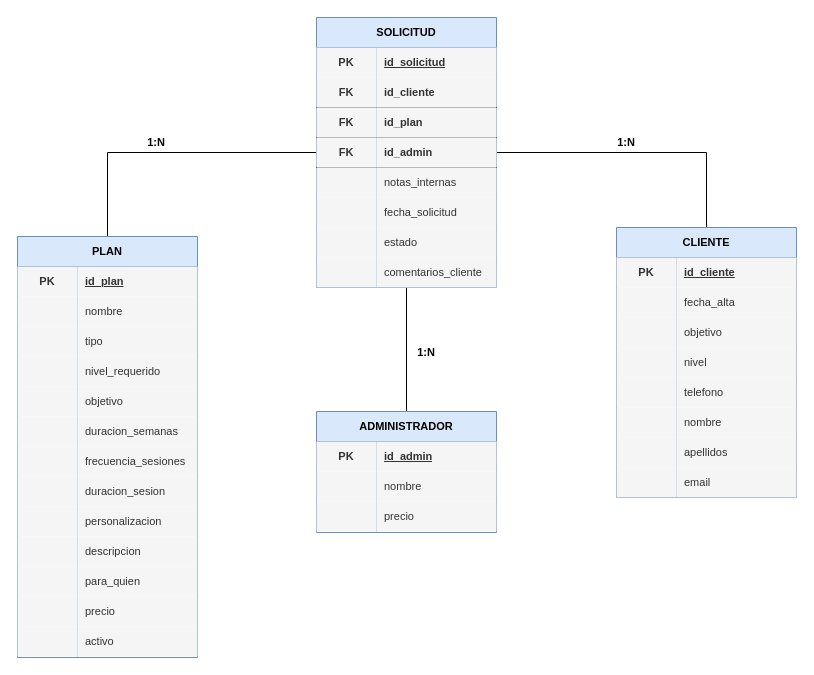
This is page "Modelo Relacional" (2 of 2) of diagrams/modelos.drawio from Jbergo/nextrep-training, a draw.io file, before an edit. Source tidied: cells renumbered, new cells numbered last; positions are measured from the earlier drawing's top-left corner, leaving out a move shared by most shapes. Both pictures are drawn from the tidied source at 100%, with x=0, y=0 at pixel (17, 17).
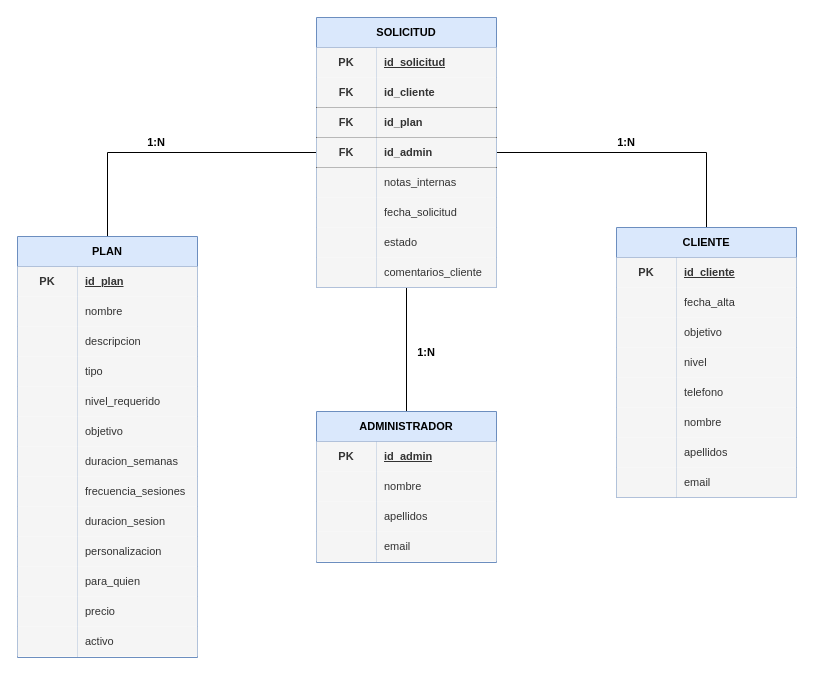
Above is the later version.

The change refers to these unchanged cells:
```xml
<mxCell id="56" value="PLAN" style="shape=table;startSize=30;childLayout=tableLayout;rowLines=0;fontStyle=1;align=center;html=1;whiteSpace=wrap;fontFamily=Helvetica;fontSize=11;labelBackgroundColor=none;fillColor=#dae8fc;strokeColor=#6c8ebf;" parent="1" vertex="1">
  <mxGeometry y="219" width="180" height="421" as="geometry" />
</mxCell>
<mxCell id="104" style="shape=tableRow;horizontal=0;startSize=0;swimlaneHead=0;swimlaneBody=0;fillColor=none;top=0;left=0;right=0;bottom=0;html=1;fontFamily=Helvetica;fontSize=11;fontColor=default;labelBackgroundColor=default;" parent="97" vertex="1">
  <mxGeometry y="90" width="180" height="30" as="geometry" />
</mxCell>
```

The edit, as a diff of the source:
```diff
@@
+    <mxCell id="84" style="shape=tableRow;horizontal=0;startSize=0;swimlaneHead=0;swimlaneBody=0;fillColor=none;top=0;left=0;right=0;bottom=0;html=1;fontFamily=Helvetica;fontSize=11;fontColor=default;labelBackgroundColor=default;" parent="56" vertex="1">
+      <mxGeometry y="90" width="180" height="30" as="geometry" />
+    </mxCell>
+    <mxCell id="85" style="shape=partialRectangle;fillColor=#f5f5f5;top=0;left=0;bottom=0;right=0;overflow=hidden;html=1;whiteSpace=wrap;fontFamily=Helvetica;fontSize=11;fontColor=#333333;labelBackgroundColor=none;strokeColor=#666666;labelBorderColor=none;" parent="84" vertex="1">
+      <mxGeometry width="60" height="30" as="geometry" />
+    </mxCell>
+    <mxCell id="86" value="descripcion" style="shape=partialRectangle;fillColor=#f5f5f5;top=0;left=0;bottom=0;right=0;align=left;spacingLeft=6;overflow=hidden;html=1;whiteSpace=wrap;fontFamily=Helvetica;fontSize=11;fontColor=#333333;labelBackgroundColor=none;strokeColor=#666666;labelBorderColor=none;" parent="84" vertex="1">
+      <mxGeometry x="60" width="120" height="30" as="geometry" />
+    </mxCell>
     <mxCell id="63" style="shape=tableRow;horizontal=0;startSize=0;swimlaneHead=0;swimlaneBody=0;fillColor=none;top=0;left=0;right=0;bottom=0;html=1;fontFamily=Helvetica;fontSize=11;fontColor=default;labelBackgroundColor=default;" parent="56" vertex="1">
-      <mxGeometry y="90" width="180" height="30" as="geometry" />
+      <mxGeometry y="120" width="180" height="30" as="geometry" />
     </mxCell>
@@
     <mxCell id="66" style="shape=tableRow;horizontal=0;startSize=0;swimlaneHead=0;swimlaneBody=0;fillColor=none;top=0;left=0;right=0;bottom=0;html=1;fontFamily=Helvetica;fontSize=11;fontColor=default;labelBackgroundColor=default;" parent="56" vertex="1">
-      <mxGeometry y="120" width="180" height="30" as="geometry" />
+      <mxGeometry y="150" width="180" height="30" as="geometry" />
     </mxCell>
@@
     <mxCell id="69" style="shape=tableRow;horizontal=0;startSize=0;swimlaneHead=0;swimlaneBody=0;fillColor=none;top=0;left=0;right=0;bottom=0;html=1;fontFamily=Helvetica;fontSize=11;fontColor=default;labelBackgroundColor=default;" parent="56" vertex="1">
-      <mxGeometry y="150" width="180" height="30" as="geometry" />
+      <mxGeometry y="180" width="180" height="30" as="geometry" />
     </mxCell>
@@
     <mxCell id="72" style="shape=tableRow;horizontal=0;startSize=0;swimlaneHead=0;swimlaneBody=0;fillColor=none;top=0;left=0;right=0;bottom=0;html=1;fontFamily=Helvetica;fontSize=11;fontColor=default;labelBackgroundColor=default;" parent="56" vertex="1">
-      <mxGeometry y="180" width="180" height="30" as="geometry" />
+      <mxGeometry y="210" width="180" height="30" as="geometry" />
     </mxCell>
@@
     <mxCell id="75" style="shape=tableRow;horizontal=0;startSize=0;swimlaneHead=0;swimlaneBody=0;fillColor=none;top=0;left=0;right=0;bottom=0;html=1;fontFamily=Helvetica;fontSize=11;fontColor=default;labelBackgroundColor=default;" parent="56" vertex="1">
-      <mxGeometry y="210" width="180" height="30" as="geometry" />
+      <mxGeometry y="240" width="180" height="30" as="geometry" />
     </mxCell>
@@
     <mxCell id="78" style="shape=tableRow;horizontal=0;startSize=0;swimlaneHead=0;swimlaneBody=0;fillColor=none;top=0;left=0;right=0;bottom=0;html=1;fontFamily=Helvetica;fontSize=11;fontColor=default;labelBackgroundColor=default;" parent="56" vertex="1">
-      <mxGeometry y="240" width="180" height="30" as="geometry" />
+      <mxGeometry y="270" width="180" height="30" as="geometry" />
     </mxCell>
@@
     <mxCell id="81" style="shape=tableRow;horizontal=0;startSize=0;swimlaneHead=0;swimlaneBody=0;fillColor=none;top=0;left=0;right=0;bottom=0;html=1;fontFamily=Helvetica;fontSize=11;fontColor=default;labelBackgroundColor=default;" parent="56" vertex="1">
-      <mxGeometry y="270" width="180" height="30" as="geometry" />
+      <mxGeometry y="300" width="180" height="30" as="geometry" />
     </mxCell>
@@
-    <mxCell id="84" style="shape=tableRow;horizontal=0;startSize=0;swimlaneHead=0;swimlaneBody=0;fillColor=none;top=0;left=0;right=0;bottom=0;html=1;fontFamily=Helvetica;fontSize=11;fontColor=default;labelBackgroundColor=default;" parent="56" vertex="1">
-      <mxGeometry y="300" width="180" height="30" as="geometry" />
-    </mxCell>
-    <mxCell id="85" style="shape=partialRectangle;fillColor=#f5f5f5;top=0;left=0;bottom=0;right=0;overflow=hidden;html=1;whiteSpace=wrap;fontFamily=Helvetica;fontSize=11;fontColor=#333333;labelBackgroundColor=none;strokeColor=#666666;labelBorderColor=none;" parent="84" vertex="1">
-      <mxGeometry width="60" height="30" as="geometry" />
-    </mxCell>
-    <mxCell id="86" value="descripcion" style="shape=partialRectangle;fillColor=#f5f5f5;top=0;left=0;bottom=0;right=0;align=left;spacingLeft=6;overflow=hidden;html=1;whiteSpace=wrap;fontFamily=Helvetica;fontSize=11;fontColor=#333333;labelBackgroundColor=none;strokeColor=#666666;labelBorderColor=none;" parent="84" vertex="1">
-      <mxGeometry x="60" width="120" height="30" as="geometry" />
-    </mxCell>
@@
     <mxCell id="97" value="ADMINISTRADOR" style="shape=table;startSize=30;childLayout=tableLayout;rowLines=0;fontStyle=1;align=center;html=1;whiteSpace=wrap;fontFamily=Helvetica;fontSize=11;labelBackgroundColor=none;fillColor=#dae8fc;strokeColor=#6c8ebf;" parent="1" vertex="1">
-      <mxGeometry x="299" y="394" width="180" height="121" as="geometry" />
+      <mxGeometry x="299" y="394" width="180" height="151" as="geometry" />
     </mxCell>
@@
-    <mxCell id="106" value="precio" style="shape=partialRectangle;fillColor=#f5f5f5;top=0;left=0;bottom=0;right=0;align=left;spacingLeft=6;overflow=hidden;html=1;whiteSpace=wrap;fontFamily=Helvetica;fontSize=11;fontColor=#333333;labelBackgroundColor=none;strokeColor=#666666;labelBorderColor=none;" parent="104" vertex="1">
+    <mxCell id="106" value="apellidos" style="shape=partialRectangle;fillColor=#f5f5f5;top=0;left=0;bottom=0;right=0;align=left;spacingLeft=6;overflow=hidden;html=1;whiteSpace=wrap;fontFamily=Helvetica;fontSize=11;fontColor=#333333;labelBackgroundColor=none;strokeColor=#666666;labelBorderColor=none;" parent="104" vertex="1">
       <mxGeometry x="60" width="120" height="30" as="geometry" />
     </mxCell>
+    <mxCell id="108" style="shape=tableRow;horizontal=0;startSize=0;swimlaneHead=0;swimlaneBody=0;fillColor=none;top=0;left=0;right=0;bottom=0;html=1;fontFamily=Helvetica;fontSize=11;fontColor=default;labelBackgroundColor=default;" parent="97" vertex="1">
+      <mxGeometry y="120" width="180" height="30" as="geometry" />
+    </mxCell>
+    <mxCell id="109" style="shape=partialRectangle;fillColor=#f5f5f5;top=0;left=0;bottom=0;right=0;overflow=hidden;html=1;whiteSpace=wrap;fontFamily=Helvetica;fontSize=11;fontColor=#333333;labelBackgroundColor=none;strokeColor=#666666;labelBorderColor=none;" parent="108" vertex="1">
+      <mxGeometry width="60" height="30" as="geometry" />
+    </mxCell>
+    <mxCell id="110" value="email" style="shape=partialRectangle;fillColor=#f5f5f5;top=0;left=0;bottom=0;right=0;align=left;spacingLeft=6;overflow=hidden;html=1;whiteSpace=wrap;fontFamily=Helvetica;fontSize=11;fontColor=#333333;labelBackgroundColor=none;strokeColor=#666666;labelBorderColor=none;" parent="108" vertex="1">
+      <mxGeometry x="60" width="120" height="30" as="geometry" />
+    </mxCell>
```
